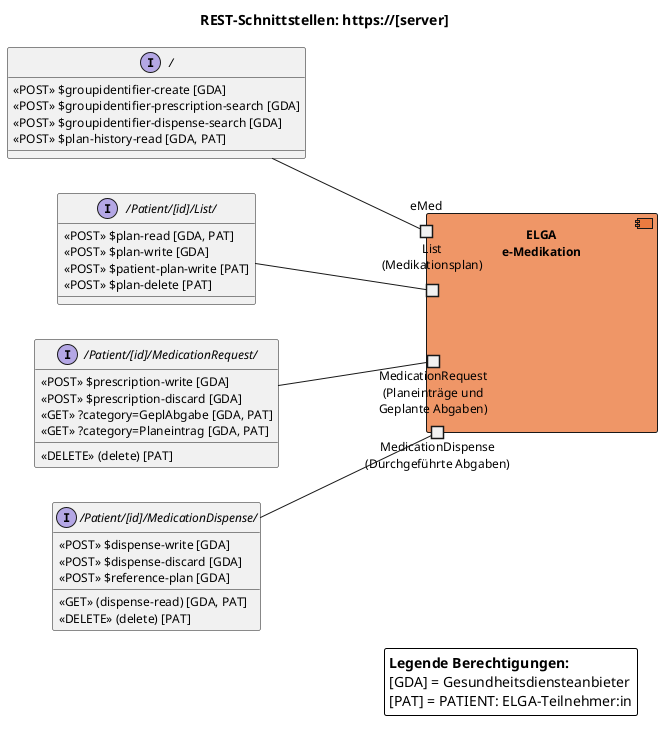
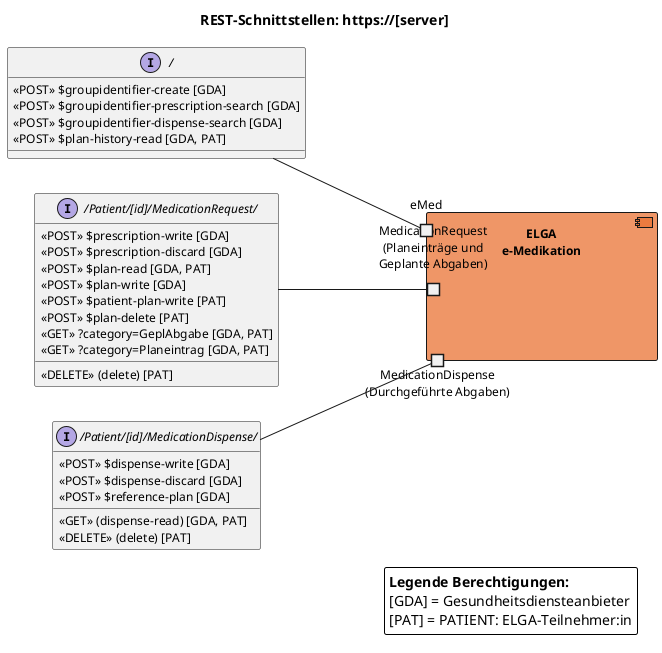
@startuml
allowmixing
' !include "https://raw.githubusercontent.com/tupadr3/plantuml-icon-font-sprites/v3.0.0/icons/font-awesome-5/user_doctor.puml"

' title diagramm
' ICON_DOC(doctor,LIVE,user_doctor,black) #RoyalBlue

' stethoscope	GOV_STETHOSCOPE
' balance_scale	FA5_BALANCE_SCALE
' flask	FA5_FLASK
' hand_holding_medical	FA5_HAND_HOLDING_MEDICAL
' heartbeat	FA5_HEARTBEAT
' comment_medical	FA5_COMMENT_MEDICAL
' clinic_medical	FA5_CLINIC_MEDICAL


skinparam componentStyle uml2
skinparam packageStyle rectangle

skinparam borderColor #555555
skinparam backgroundColor #FFFFFF
skinparam shadowing false
skinparam roundCorner 4
skinparam defaultFontName "Arial"
skinparam defaultFontSize 12
skinparam defaultFontColor #000000

!define COLOR_EMED_FA  #e97232bd

' Styling für UML-Komponenten und Schnittstellen (Klassischer UML-Stil)
skinparam component {
  BackgroundColor COLOR_EMED_FA
  'BorderColor #0366D6
  'FontColor #000000
  'FontStyle bold
}

skinparam interface {
  'BackgroundColor #FFFFFF
  'BorderColor #005CC5
}

left to right direction

title REST-Schnittstellen: https://[server]

interface "/Patient/[id]/MedicationDispense/" as IDurchgAbgabe {
  «POST» $dispense-write [GDA]
  «POST» $dispense-discard [GDA]
  «POST» $reference-plan [GDA]
  «GET» (dispense-read) [GDA, PAT]
  «DELETE» (delete) [PAT]
}

interface "/Patient/[id]/MedicationRequest/" as IMedicationRequest {
  «POST» $prescription-write [GDA]
  «POST» $prescription-discard [GDA]
+   «POST» $plan-read [GDA, PAT]
+   «POST» $plan-write [GDA]
+   «POST» $patient-plan-write [PAT]
+   «POST» $plan-delete [PAT]
  «GET» ?category=GeplAbgabe [GDA, PAT]
  «GET» ?category=Planeintrag [GDA, PAT]
  «DELETE» (delete) [PAT]
}

- interface "/Patient/[id]/List/" as IList {
-   «POST» $plan-read [GDA, PAT]
-   «POST» $plan-write [GDA]
-   «POST» $patient-plan-write [PAT]
-   «POST» $plan-delete [PAT]
- }

interface "/" as IEmed {
  «POST» $groupidentifier-create [GDA]
  «POST» $groupidentifier-prescription-search [GDA]
  «POST» $groupidentifier-dispense-search [GDA]
  «POST» $plan-history-read [GDA, PAT]
}

' --- SYSTEMKOMPONENTE (ZENTRALER SERVER) ---

component "ELGA\ne-Medikation" as Server {
  port "MedicationDispense\n(Durchgeführte Abgaben)" as p5
  port "MedicationRequest\n(Planeinträge und\nGeplante Abgaben)" as p4
-   port "List\n(Medikationsplan)" as p2
  port "eMed" as p1
}



p5 -up- IDurchgAbgabe
p4 -up- IMedicationRequest
- p2 -up- IList
p1 -up- IEmed


legend right
  **Legende Berechtigungen:**
  [GDA] = Gesundheitsdiensteanbieter
  [PAT] = PATIENT: ELGA-Teilnehmer:in
end legend

' --- ARCHITEKTUR-NOTIZEN ---

' note bottom of Server
'   **UML 2.0 Component Specification**
'   Zentrales e-Medikations-System kapselt persistierte
'   Collection Bundles (v.1 / v.2) und Transaction Bundles.
' end note

' note right of IBundle
'   **Ressourcen-Kontext:**
'   Enthält MedicationRequest,
'   Patient, Practitioner.
' end note

@enduml